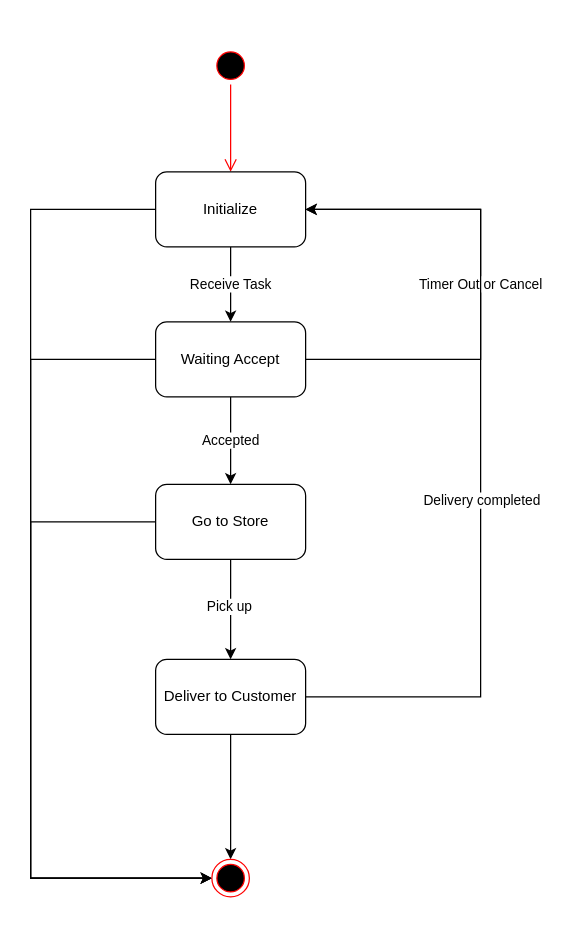
cer-cer/notes keeps this draw.io diagram as page "status" (1 of 3) of EDP.drawio. Above is the earlier version. Source tidied: cells renumbered, new cells numbered last; positions are measured from the earlier drawing's top-left corner, leaving out a move shared by most shapes. Both pictures are drawn from the tidied source at 125%, with x=0, y=0 at pixel (30, 46).
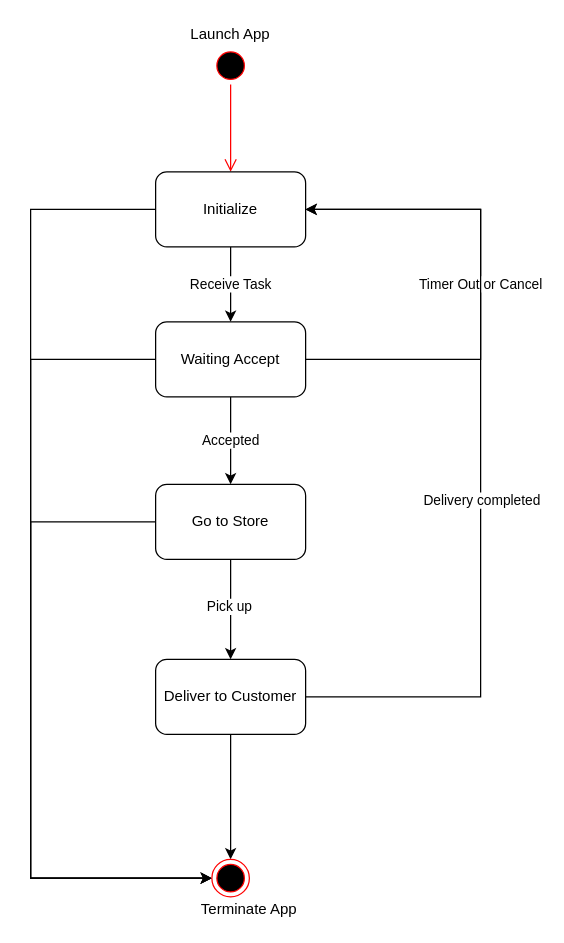
After the change.

What changed in the source:
```diff
@@
+    <mxCell id="20" value="Launch App" style="text;html=1;strokeColor=none;fillColor=none;align=center;verticalAlign=middle;whiteSpace=wrap;rounded=0;" parent="1" vertex="1">
+      <mxGeometry x="110" y="-20" width="100" height="20" as="geometry" />
+    </mxCell>
+    <mxCell id="21" value="Terminate App" style="text;html=1;strokeColor=none;fillColor=none;align=center;verticalAlign=middle;whiteSpace=wrap;rounded=0;" parent="1" vertex="1">
+      <mxGeometry x="120" y="680" width="110" height="20" as="geometry" />
+    </mxCell>
```
